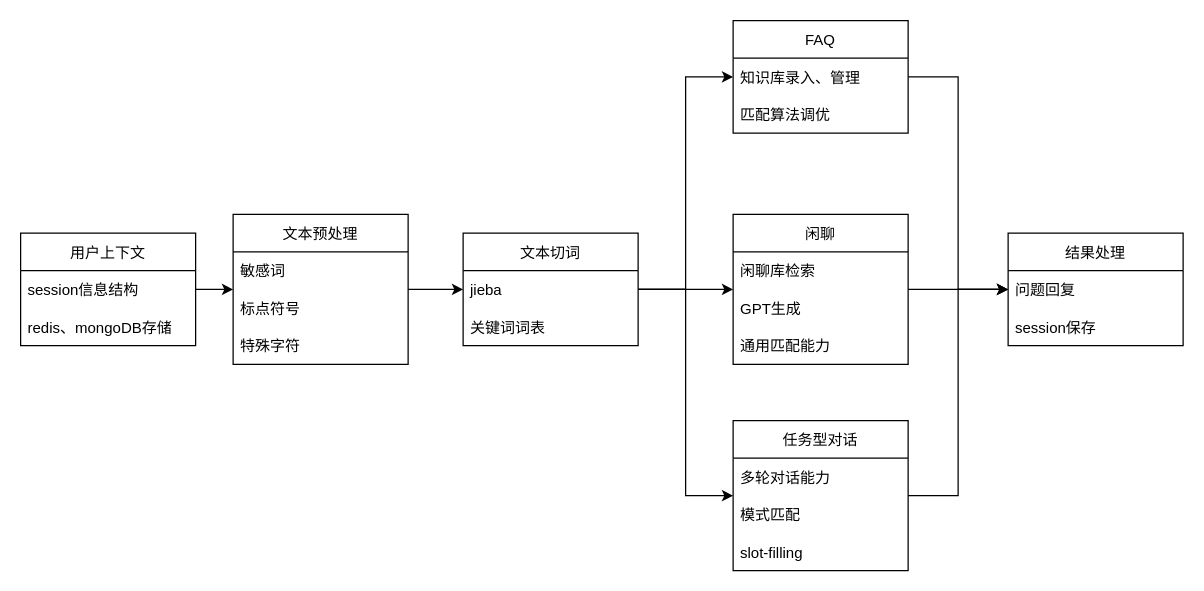
Before: page "对话机器人构成" (1 of 5) of 智能内呼对话框架.drawio in mbabby/draw.io.file, a draw.io diagram. Source tidied: cells renumbered, new cells numbered last; positions are measured from the earlier drawing's top-left corner, leaving out a move shared by most shapes. Both pictures are drawn from the tidied source at 125%, with x=0, y=0 at pixel (20, 20).
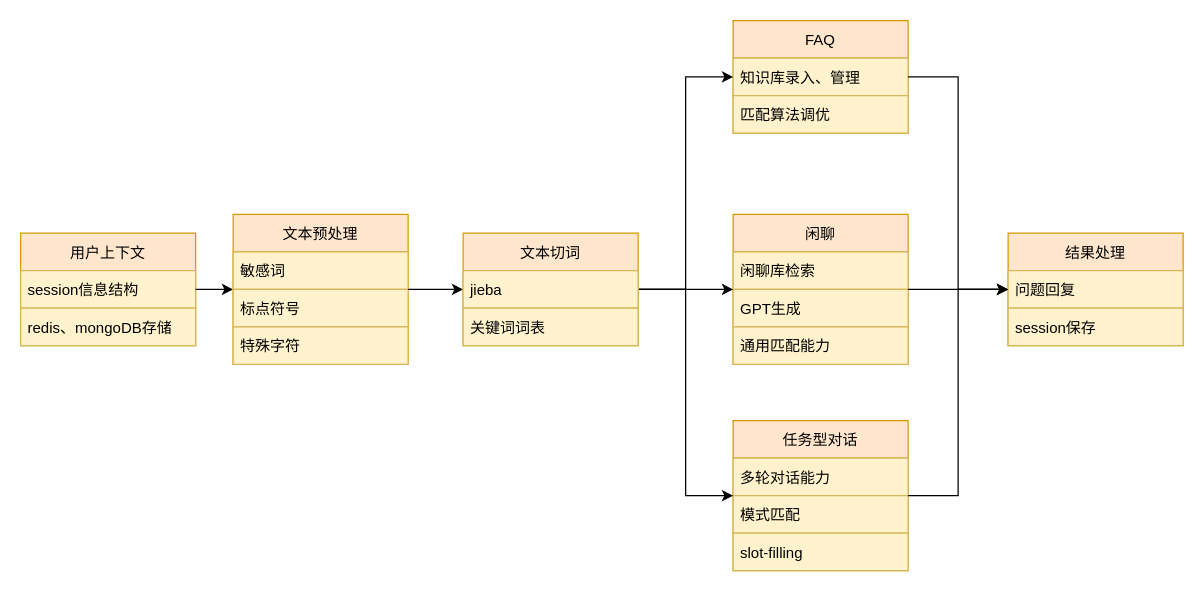
The same page after the edit.

Commit message:
Update 智能内呼对话框架.drawio

Diff of the diagram source:
```diff
@@
-    <mxCell id="2" value="用户上下文" style="swimlane;fontStyle=0;horizontal=1;startSize=30;" parent="1" vertex="1">
+    <mxCell id="2" value="用户上下文" style="swimlane;fontStyle=0;horizontal=1;startSize=30;fillColor=#ffe6cc;strokeColor=#d79b00;" parent="1" vertex="1">
       <mxGeometry y="170" width="140" height="90" as="geometry" />
     </mxCell>
-    <mxCell id="3" value="session信息结构" style="text;strokeColor=none;fillColor=none;align=left;verticalAlign=middle;spacingLeft=4;spacingRight=4;overflow=hidden;" parent="2" vertex="1">
+    <mxCell id="3" value="session信息结构" style="text;strokeColor=#d6b656;fillColor=#fff2cc;align=left;verticalAlign=middle;spacingLeft=4;spacingRight=4;overflow=hidden;" parent="2" vertex="1">
       <mxGeometry y="30" width="140" height="30" as="geometry" />
     </mxCell>
-    <mxCell id="4" value="redis、mongoDB存储" style="text;strokeColor=none;fillColor=none;align=left;verticalAlign=middle;spacingLeft=4;spacingRight=4;overflow=hidden;" parent="2" vertex="1">
+    <mxCell id="4" value="redis、mongoDB存储" style="text;strokeColor=#d6b656;fillColor=#fff2cc;align=left;verticalAlign=middle;spacingLeft=4;spacingRight=4;overflow=hidden;" parent="2" vertex="1">
       <mxGeometry y="60" width="140" height="30" as="geometry" />
     </mxCell>
@@
-    <mxCell id="6" value="文本预处理" style="swimlane;fontStyle=0;horizontal=1;startSize=30;" parent="1" vertex="1">
+    <mxCell id="6" value="文本预处理" style="swimlane;fontStyle=0;horizontal=1;startSize=30;fillColor=#ffe6cc;strokeColor=#d79b00;" parent="1" vertex="1">
       <mxGeometry x="170" y="155" width="140" height="120" as="geometry" />
     </mxCell>
-    <mxCell id="7" value="敏感词" style="text;strokeColor=none;fillColor=none;align=left;verticalAlign=middle;spacingLeft=4;spacingRight=4;overflow=hidden;" parent="6" vertex="1">
+    <mxCell id="7" value="敏感词" style="text;strokeColor=#d6b656;fillColor=#fff2cc;align=left;verticalAlign=middle;spacingLeft=4;spacingRight=4;overflow=hidden;" parent="6" vertex="1">
       <mxGeometry y="30" width="140" height="30" as="geometry" />
     </mxCell>
-    <mxCell id="8" value="标点符号" style="text;strokeColor=none;fillColor=none;align=left;verticalAlign=middle;spacingLeft=4;spacingRight=4;overflow=hidden;" parent="6" vertex="1">
+    <mxCell id="8" value="标点符号" style="text;strokeColor=#d6b656;fillColor=#fff2cc;align=left;verticalAlign=middle;spacingLeft=4;spacingRight=4;overflow=hidden;" parent="6" vertex="1">
       <mxGeometry y="60" width="140" height="30" as="geometry" />
     </mxCell>
-    <mxCell id="9" value="特殊字符" style="text;strokeColor=none;fillColor=none;align=left;verticalAlign=middle;spacingLeft=4;spacingRight=4;overflow=hidden;" parent="6" vertex="1">
+    <mxCell id="9" value="特殊字符" style="text;strokeColor=#d6b656;fillColor=#fff2cc;align=left;verticalAlign=middle;spacingLeft=4;spacingRight=4;overflow=hidden;" parent="6" vertex="1">
       <mxGeometry y="90" width="140" height="30" as="geometry" />
     </mxCell>
@@
-    <mxCell id="11" value="FAQ" style="swimlane;fontStyle=0;horizontal=1;startSize=30;" parent="1" vertex="1">
+    <mxCell id="11" value="FAQ" style="swimlane;fontStyle=0;horizontal=1;startSize=30;fillColor=#ffe6cc;strokeColor=#d79b00;" parent="1" vertex="1">
       <mxGeometry x="570" width="140" height="90" as="geometry" />
     </mxCell>
-    <mxCell id="12" value="知识库录入、管理" style="text;strokeColor=none;fillColor=none;align=left;verticalAlign=middle;spacingLeft=4;spacingRight=4;overflow=hidden;" parent="11" vertex="1">
+    <mxCell id="12" value="知识库录入、管理" style="text;strokeColor=#d6b656;fillColor=#fff2cc;align=left;verticalAlign=middle;spacingLeft=4;spacingRight=4;overflow=hidden;" parent="11" vertex="1">
       <mxGeometry y="30" width="140" height="30" as="geometry" />
     </mxCell>
-    <mxCell id="13" value="匹配算法调优" style="text;strokeColor=none;fillColor=none;align=left;verticalAlign=middle;spacingLeft=4;spacingRight=4;overflow=hidden;" parent="11" vertex="1">
+    <mxCell id="13" value="匹配算法调优" style="text;strokeColor=#d6b656;fillColor=#fff2cc;align=left;verticalAlign=middle;spacingLeft=4;spacingRight=4;overflow=hidden;" parent="11" vertex="1">
       <mxGeometry y="60" width="140" height="30" as="geometry" />
     </mxCell>
-    <mxCell id="14" value="闲聊" style="swimlane;fontStyle=0;horizontal=1;startSize=30;" parent="1" vertex="1">
+    <mxCell id="14" value="闲聊" style="swimlane;fontStyle=0;horizontal=1;startSize=30;fillColor=#ffe6cc;strokeColor=#d79b00;" parent="1" vertex="1">
       <mxGeometry x="570" y="155" width="140" height="120" as="geometry" />
     </mxCell>
-    <mxCell id="15" value="闲聊库检索" style="text;strokeColor=none;fillColor=none;align=left;verticalAlign=middle;spacingLeft=4;spacingRight=4;overflow=hidden;" parent="14" vertex="1">
+    <mxCell id="15" value="闲聊库检索" style="text;strokeColor=#d6b656;fillColor=#fff2cc;align=left;verticalAlign=middle;spacingLeft=4;spacingRight=4;overflow=hidden;" parent="14" vertex="1">
       <mxGeometry y="30" width="140" height="30" as="geometry" />
     </mxCell>
-    <mxCell id="16" value="GPT生成" style="text;strokeColor=none;fillColor=none;align=left;verticalAlign=middle;spacingLeft=4;spacingRight=4;overflow=hidden;" parent="14" vertex="1">
+    <mxCell id="16" value="GPT生成" style="text;strokeColor=#d6b656;fillColor=#fff2cc;align=left;verticalAlign=middle;spacingLeft=4;spacingRight=4;overflow=hidden;" parent="14" vertex="1">
       <mxGeometry y="60" width="140" height="30" as="geometry" />
     </mxCell>
-    <mxCell id="17" value="通用匹配能力" style="text;strokeColor=none;fillColor=none;align=left;verticalAlign=middle;spacingLeft=4;spacingRight=4;overflow=hidden;" parent="14" vertex="1">
+    <mxCell id="17" value="通用匹配能力" style="text;strokeColor=#d6b656;fillColor=#fff2cc;align=left;verticalAlign=middle;spacingLeft=4;spacingRight=4;overflow=hidden;" parent="14" vertex="1">
       <mxGeometry y="90" width="140" height="30" as="geometry" />
     </mxCell>
-    <mxCell id="18" value="任务型对话" style="swimlane;fontStyle=0;horizontal=1;startSize=30;" parent="1" vertex="1">
+    <mxCell id="18" value="任务型对话" style="swimlane;fontStyle=0;horizontal=1;startSize=30;fillColor=#ffe6cc;strokeColor=#d79b00;" parent="1" vertex="1">
       <mxGeometry x="570" y="320" width="140" height="120" as="geometry" />
     </mxCell>
-    <mxCell id="19" value="多轮对话能力" style="text;strokeColor=none;fillColor=none;align=left;verticalAlign=middle;spacingLeft=4;spacingRight=4;overflow=hidden;" parent="18" vertex="1">
+    <mxCell id="19" value="多轮对话能力" style="text;strokeColor=#d6b656;fillColor=#fff2cc;align=left;verticalAlign=middle;spacingLeft=4;spacingRight=4;overflow=hidden;" parent="18" vertex="1">
       <mxGeometry y="30" width="140" height="30" as="geometry" />
     </mxCell>
-    <mxCell id="20" value="模式匹配" style="text;strokeColor=none;fillColor=none;align=left;verticalAlign=middle;spacingLeft=4;spacingRight=4;overflow=hidden;" parent="18" vertex="1">
+    <mxCell id="20" value="模式匹配" style="text;strokeColor=#d6b656;fillColor=#fff2cc;align=left;verticalAlign=middle;spacingLeft=4;spacingRight=4;overflow=hidden;" parent="18" vertex="1">
       <mxGeometry y="60" width="140" height="30" as="geometry" />
     </mxCell>
-    <mxCell id="21" value="slot-filling" style="text;strokeColor=none;fillColor=none;align=left;verticalAlign=middle;spacingLeft=4;spacingRight=4;overflow=hidden;" parent="18" vertex="1">
+    <mxCell id="21" value="slot-filling" style="text;strokeColor=#d6b656;fillColor=#fff2cc;align=left;verticalAlign=middle;spacingLeft=4;spacingRight=4;overflow=hidden;" parent="18" vertex="1">
       <mxGeometry y="90" width="140" height="30" as="geometry" />
     </mxCell>
-    <mxCell id="22" value="结果处理" style="swimlane;fontStyle=0;horizontal=1;startSize=30;" parent="1" vertex="1">
+    <mxCell id="22" value="结果处理" style="swimlane;fontStyle=0;horizontal=1;startSize=30;fillColor=#ffe6cc;strokeColor=#d79b00;" parent="1" vertex="1">
       <mxGeometry x="790" y="170" width="140" height="90" as="geometry" />
     </mxCell>
-    <mxCell id="23" value="问题回复" style="text;strokeColor=none;fillColor=none;align=left;verticalAlign=middle;spacingLeft=4;spacingRight=4;overflow=hidden;" parent="22" vertex="1">
+    <mxCell id="23" value="问题回复" style="text;strokeColor=#d6b656;fillColor=#fff2cc;align=left;verticalAlign=middle;spacingLeft=4;spacingRight=4;overflow=hidden;" parent="22" vertex="1">
       <mxGeometry y="30" width="140" height="30" as="geometry" />
     </mxCell>
-    <mxCell id="24" value="session保存" style="text;strokeColor=none;fillColor=none;align=left;verticalAlign=middle;spacingLeft=4;spacingRight=4;overflow=hidden;" parent="22" vertex="1">
+    <mxCell id="24" value="session保存" style="text;strokeColor=#d6b656;fillColor=#fff2cc;align=left;verticalAlign=middle;spacingLeft=4;spacingRight=4;overflow=hidden;" parent="22" vertex="1">
       <mxGeometry y="60" width="140" height="30" as="geometry" />
     </mxCell>
@@
-    <mxCell id="31" value="文本切词" style="swimlane;fontStyle=0;horizontal=1;startSize=30;" parent="1" vertex="1">
+    <mxCell id="31" value="文本切词" style="swimlane;fontStyle=0;horizontal=1;startSize=30;fillColor=#ffe6cc;strokeColor=#d79b00;" parent="1" vertex="1">
       <mxGeometry x="354" y="170" width="140" height="90" as="geometry" />
     </mxCell>
-    <mxCell id="32" value="jieba" style="text;strokeColor=none;fillColor=none;align=left;verticalAlign=middle;spacingLeft=4;spacingRight=4;overflow=hidden;" parent="31" vertex="1">
+    <mxCell id="32" value="jieba" style="text;strokeColor=#d6b656;fillColor=#fff2cc;align=left;verticalAlign=middle;spacingLeft=4;spacingRight=4;overflow=hidden;" parent="31" vertex="1">
       <mxGeometry y="30" width="140" height="30" as="geometry" />
     </mxCell>
-    <mxCell id="33" value="关键词词表" style="text;strokeColor=none;fillColor=none;align=left;verticalAlign=middle;spacingLeft=4;spacingRight=4;overflow=hidden;" parent="31" vertex="1">
+    <mxCell id="33" value="关键词词表" style="text;strokeColor=#d6b656;fillColor=#fff2cc;align=left;verticalAlign=middle;spacingLeft=4;spacingRight=4;overflow=hidden;" parent="31" vertex="1">
       <mxGeometry y="60" width="140" height="30" as="geometry" />
     </mxCell>
```
